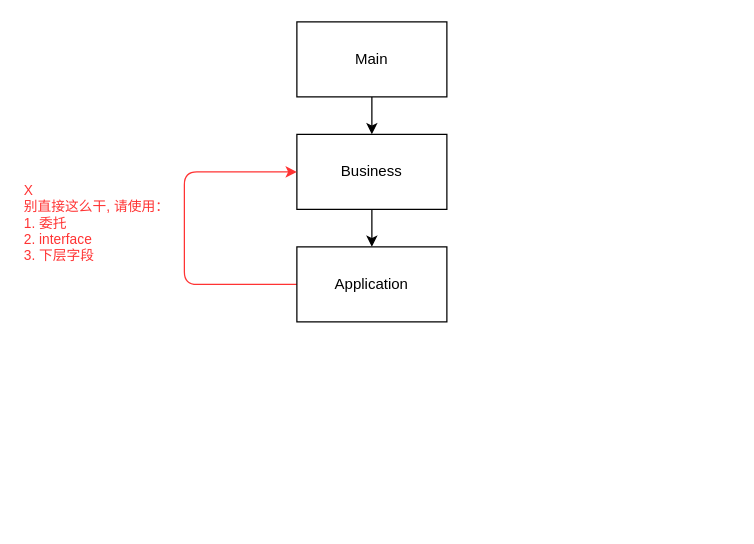
Earlier version of the draw.io diagram Assets/Document/Architecture.drawio (JackGuiding/Zelda). Source tidied: cells renumbered, new cells numbered last; positions are measured from the earlier drawing's top-left corner, leaving out a move shared by most shapes. Both pictures are drawn from the tidied source at 125%, with x=0, y=0 at pixel (184, 21).
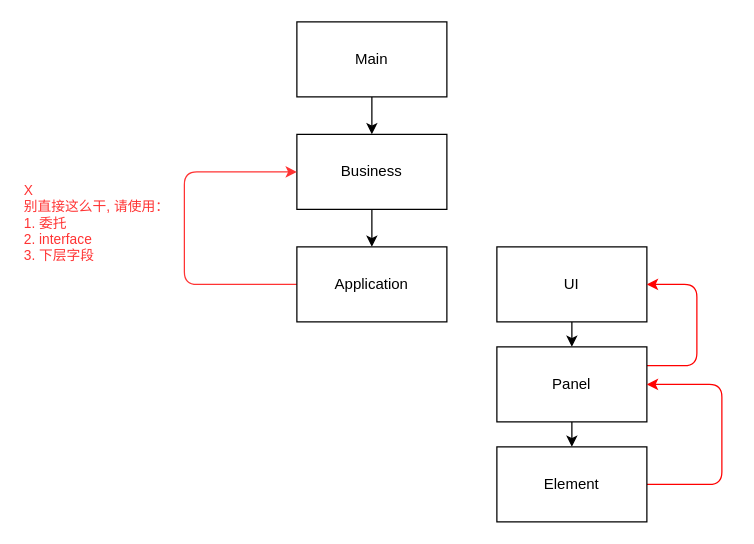
After the change.

Change to the diagram source:
```diff
@@
+    <mxCell id="9" style="edgeStyle=orthogonalEdgeStyle;html=1;exitX=0.5;exitY=1;exitDx=0;exitDy=0;entryX=0.5;entryY=0;entryDx=0;entryDy=0;strokeColor=#000000;" parent="1" edge="1" source="10" target="13">
+      <mxGeometry relative="1" as="geometry" />
+    </mxCell>
+    <mxCell id="10" value="UI" style="rounded=0;whiteSpace=wrap;html=1;" parent="1" vertex="1">
+      <mxGeometry x="250" y="180" width="120" height="60" as="geometry" />
+    </mxCell>
+    <mxCell id="11" style="edgeStyle=orthogonalEdgeStyle;html=1;exitX=1;exitY=0.25;exitDx=0;exitDy=0;entryX=1;entryY=0.5;entryDx=0;entryDy=0;strokeColor=#FF0000;" parent="1" edge="1" source="13" target="10">
+      <mxGeometry relative="1" as="geometry">
+        <Array as="points">
+          <mxPoint x="410" y="275" />
+          <mxPoint x="410" y="210" />
+        </Array>
+      </mxGeometry>
+    </mxCell>
+    <mxCell id="12" style="edgeStyle=orthogonalEdgeStyle;html=1;exitX=0.5;exitY=1;exitDx=0;exitDy=0;entryX=0.5;entryY=0;entryDx=0;entryDy=0;strokeColor=#000000;" parent="1" edge="1" source="13" target="15">
+      <mxGeometry relative="1" as="geometry" />
+    </mxCell>
+    <mxCell id="13" value="Panel" style="rounded=0;whiteSpace=wrap;html=1;" parent="1" vertex="1">
+      <mxGeometry x="250" y="260" width="120" height="60" as="geometry" />
+    </mxCell>
+    <mxCell id="14" style="edgeStyle=orthogonalEdgeStyle;html=1;exitX=1;exitY=0.5;exitDx=0;exitDy=0;entryX=1;entryY=0.5;entryDx=0;entryDy=0;strokeColor=#FF0000;" parent="1" edge="1" source="15" target="13">
+      <mxGeometry relative="1" as="geometry">
+        <Array as="points">
+          <mxPoint x="430" y="370" />
+          <mxPoint x="430" y="290" />
+        </Array>
+      </mxGeometry>
+    </mxCell>
+    <mxCell id="15" value="Element" style="rounded=0;whiteSpace=wrap;html=1;" parent="1" vertex="1">
+      <mxGeometry x="250" y="340" width="120" height="60" as="geometry" />
+    </mxCell>
```
